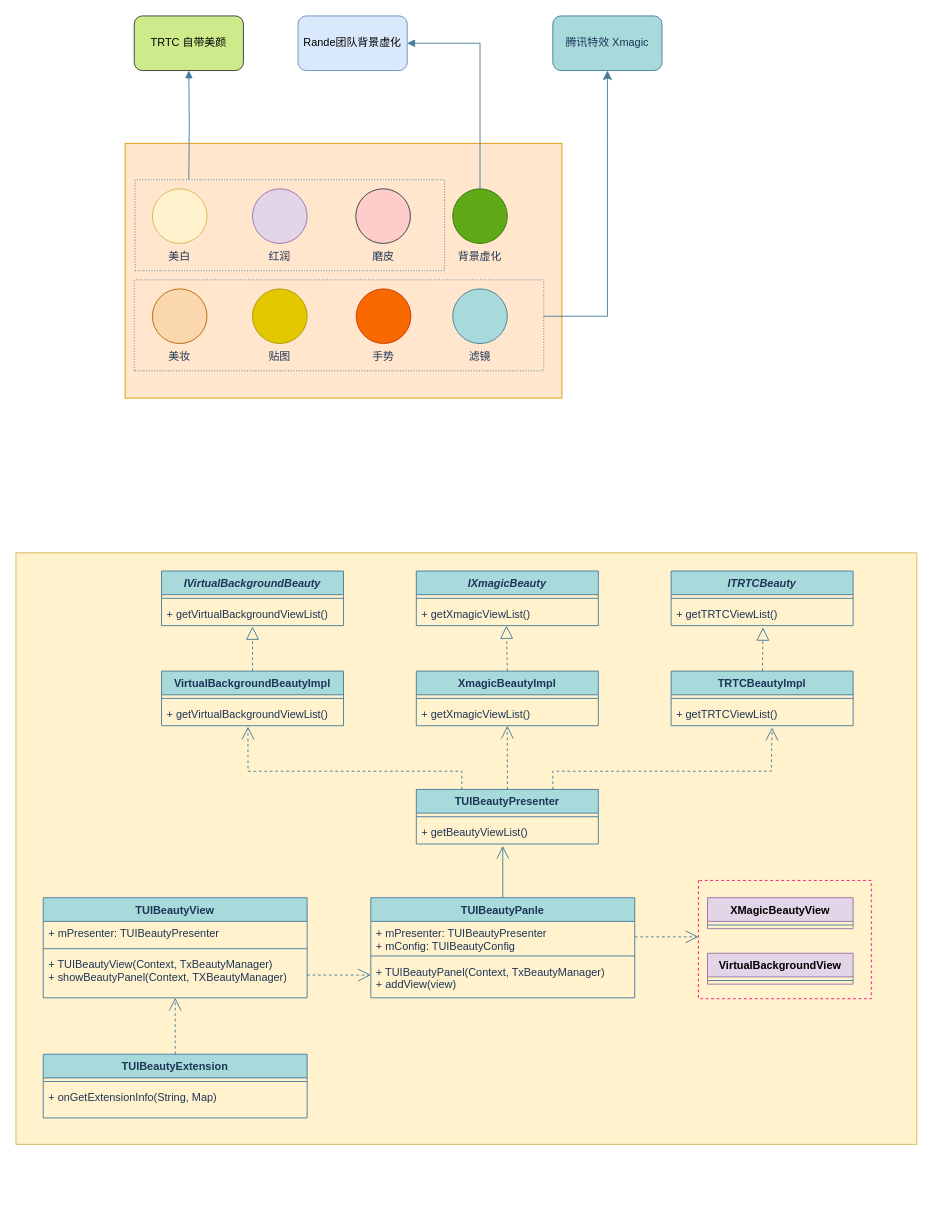
paopaosecret/resources keeps this draw.io diagram as diagrams/TUIBeauty.drawio. Above is the earlier version. Source tidied: cells renumbered, new cells numbered last; positions are measured from the earlier drawing's top-left corner, leaving out a move shared by most shapes. Both pictures are drawn from the tidied source at 91%, with x=0, y=0 at pixel (15, 15).
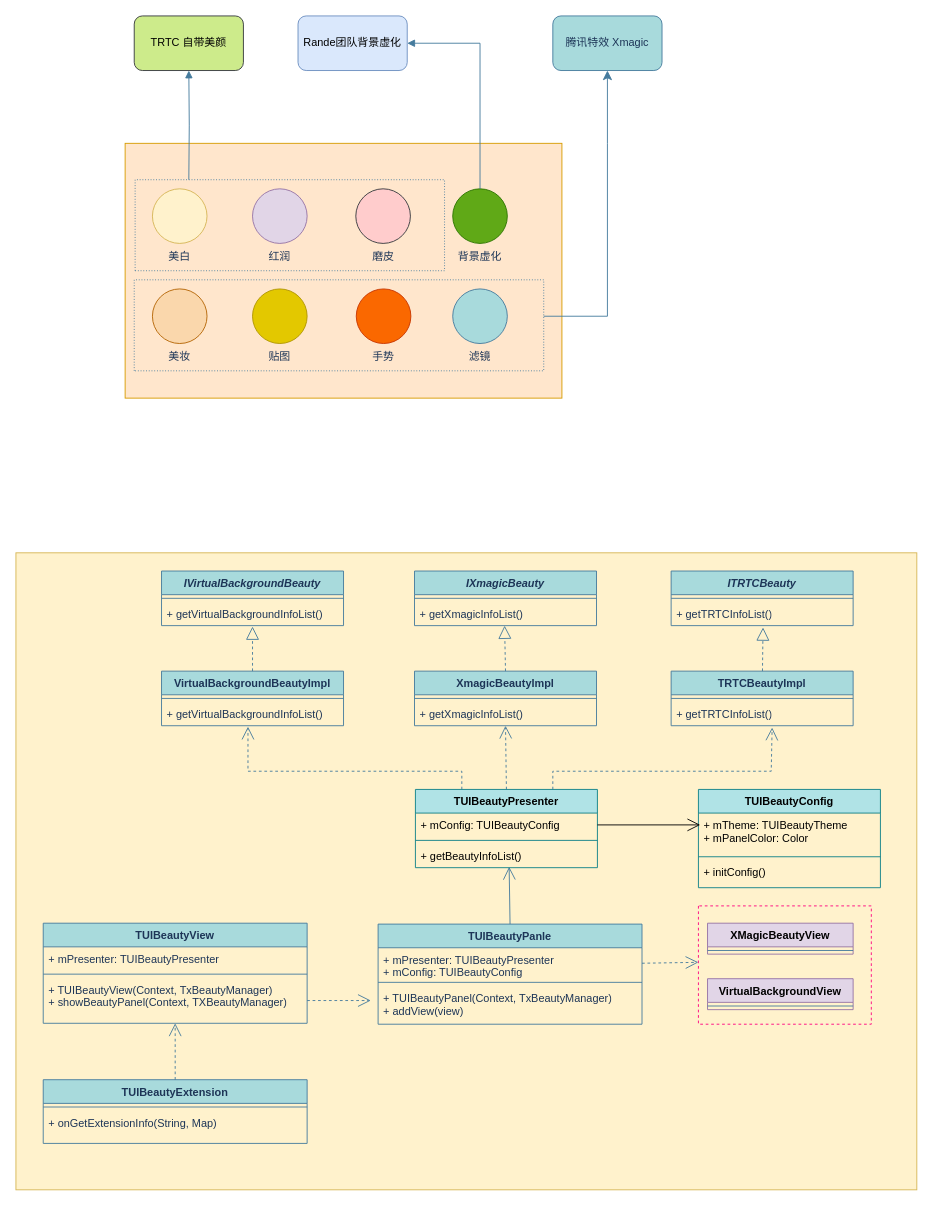
The same page after the edit.

Unchanged cells that the change refers to:
```xml
<mxCell id="30" value="&lt;i&gt;IVirtualBackgroundBeauty&lt;/i&gt;" style="swimlane;fontStyle=1;align=center;verticalAlign=top;horizontal=1;startSize=26;whiteSpace=wrap;html=1;labelBackgroundColor=none;fillColor=#A8DADC;strokeColor=#457B9D;fontColor=#1D3557;" parent="1" vertex="1">
  <mxGeometry x="160" y="610" width="200" height="60" as="geometry" />
</mxCell>
<mxCell id="36" value="&lt;i&gt;ITRTCBeauty&lt;/i&gt;" style="swimlane;fontStyle=1;align=center;verticalAlign=top;horizontal=1;startSize=26;whiteSpace=wrap;html=1;labelBackgroundColor=none;fillColor=#A8DADC;strokeColor=#457B9D;fontColor=#1D3557;" parent="1" vertex="1">
  <mxGeometry x="720" y="610" width="200" height="60" as="geometry" />
</mxCell>
<mxCell id="39" value="VirtualBackgroundBeautyImpl" style="swimlane;fontStyle=1;align=center;verticalAlign=top;horizontal=1;startSize=26;whiteSpace=wrap;html=1;labelBackgroundColor=none;fillColor=#A8DADC;strokeColor=#457B9D;fontColor=#1D3557;" parent="1" vertex="1">
  <mxGeometry x="160" y="720" width="200" height="60" as="geometry" />
</mxCell>
<mxCell id="45" value="TRTCBeautyImpl" style="swimlane;fontStyle=1;align=center;verticalAlign=top;horizontal=1;startSize=26;whiteSpace=wrap;html=1;labelBackgroundColor=none;fillColor=#A8DADC;strokeColor=#457B9D;fontColor=#1D3557;" parent="1" vertex="1">
  <mxGeometry x="720" y="720" width="200" height="60" as="geometry" />
</mxCell>
<mxCell id="60" value="+ TUIBeautyView(Context, TxBeautyManager)&lt;br&gt;+ showBeautyPanel(Context, TXBeautyManager)" style="text;strokeColor=none;fillColor=none;align=left;verticalAlign=top;spacingLeft=4;spacingRight=4;overflow=hidden;points=[[0,0.5],[1,0.5]];portConstraint=eastwest;whiteSpace=wrap;html=1;labelBackgroundColor=none;fontColor=#1D3557;" parent="57" vertex="1">
  <mxGeometry y="60" width="290" height="50" as="geometry" />
</mxCell>
<mxCell id="66" value="+ mPresenter: TUIBeautyPresenter&lt;br&gt;+ mConfig: TUIBeautyConfig" style="text;strokeColor=none;fillColor=none;align=left;verticalAlign=top;spacingLeft=4;spacingRight=4;overflow=hidden;points=[[0,0.5],[1,0.5]];portConstraint=eastwest;whiteSpace=wrap;html=1;labelBackgroundColor=none;fontColor=#1D3557;" parent="65" vertex="1">
  <mxGeometry y="26" width="290" height="34" as="geometry" />
</mxCell>
```

Diff of the diagram source:
```diff
@@
     <mxCell id="2" style="rounded=0;whiteSpace=wrap;html=1;fillColor=#fff2cc;strokeColor=#d6b656;labelBackgroundColor=none;" parent="1" vertex="1">
-      <mxGeometry y="590" width="990" height="650" as="geometry" />
+      <mxGeometry y="590" width="990" height="700" as="geometry" />
     </mxCell>
@@
-    <mxCell id="32" value="+ getVirtualBackgroundViewList()" style="text;strokeColor=none;fillColor=none;align=left;verticalAlign=top;spacingLeft=4;spacingRight=4;overflow=hidden;points=[[0,0.5],[1,0.5]];portConstraint=eastwest;whiteSpace=wrap;html=1;labelBackgroundColor=none;fontColor=#1D3557;" parent="30" vertex="1">
+    <mxCell id="32" value="+ getVirtualBackgroundInfoList()" style="text;strokeColor=none;fillColor=none;align=left;verticalAlign=top;spacingLeft=4;spacingRight=4;overflow=hidden;points=[[0,0.5],[1,0.5]];portConstraint=eastwest;whiteSpace=wrap;html=1;labelBackgroundColor=none;fontColor=#1D3557;" parent="30" vertex="1">
       <mxGeometry y="34" width="200" height="26" as="geometry" />
     </mxCell>
     <mxCell id="33" value="&lt;i&gt;IXmagicBeauty&lt;/i&gt;" style="swimlane;fontStyle=1;align=center;verticalAlign=top;horizontal=1;startSize=26;whiteSpace=wrap;html=1;labelBackgroundColor=none;fillColor=#A8DADC;strokeColor=#457B9D;fontColor=#1D3557;" parent="1" vertex="1">
-      <mxGeometry x="440" y="610" width="200" height="60" as="geometry" />
+      <mxGeometry x="438" y="610" width="200" height="60" as="geometry" />
     </mxCell>
@@
-    <mxCell id="35" value="+ getXmagicViewList()" style="text;strokeColor=none;fillColor=none;align=left;verticalAlign=top;spacingLeft=4;spacingRight=4;overflow=hidden;points=[[0,0.5],[1,0.5]];portConstraint=eastwest;whiteSpace=wrap;html=1;labelBackgroundColor=none;fontColor=#1D3557;" parent="33" vertex="1">
+    <mxCell id="35" value="+ getXmagicInfoList()" style="text;strokeColor=none;fillColor=none;align=left;verticalAlign=top;spacingLeft=4;spacingRight=4;overflow=hidden;points=[[0,0.5],[1,0.5]];portConstraint=eastwest;whiteSpace=wrap;html=1;labelBackgroundColor=none;fontColor=#1D3557;" parent="33" vertex="1">
       <mxGeometry y="34" width="200" height="26" as="geometry" />
     </mxCell>
@@
-    <mxCell id="38" value="+ getTRTCViewList()" style="text;strokeColor=none;fillColor=none;align=left;verticalAlign=top;spacingLeft=4;spacingRight=4;overflow=hidden;points=[[0,0.5],[1,0.5]];portConstraint=eastwest;whiteSpace=wrap;html=1;labelBackgroundColor=none;fontColor=#1D3557;" parent="36" vertex="1">
+    <mxCell id="38" value="+ getTRTCInfoList()" style="text;strokeColor=none;fillColor=none;align=left;verticalAlign=top;spacingLeft=4;spacingRight=4;overflow=hidden;points=[[0,0.5],[1,0.5]];portConstraint=eastwest;whiteSpace=wrap;html=1;labelBackgroundColor=none;fontColor=#1D3557;" parent="36" vertex="1">
       <mxGeometry y="34" width="200" height="26" as="geometry" />
     </mxCell>
@@
-    <mxCell id="41" value="+ getVirtualBackgroundViewList()" style="text;strokeColor=none;fillColor=none;align=left;verticalAlign=top;spacingLeft=4;spacingRight=4;overflow=hidden;points=[[0,0.5],[1,0.5]];portConstraint=eastwest;whiteSpace=wrap;html=1;labelBackgroundColor=none;fontColor=#1D3557;" parent="39" vertex="1">
+    <mxCell id="41" value="+ getVirtualBackgroundInfoList()" style="text;strokeColor=none;fillColor=none;align=left;verticalAlign=top;spacingLeft=4;spacingRight=4;overflow=hidden;points=[[0,0.5],[1,0.5]];portConstraint=eastwest;whiteSpace=wrap;html=1;labelBackgroundColor=none;fontColor=#1D3557;" parent="39" vertex="1">
       <mxGeometry y="34" width="200" height="26" as="geometry" />
     </mxCell>
     <mxCell id="42" value="XmagicBeautyImpl" style="swimlane;fontStyle=1;align=center;verticalAlign=top;horizontal=1;startSize=26;whiteSpace=wrap;html=1;labelBackgroundColor=none;fillColor=#A8DADC;strokeColor=#457B9D;fontColor=#1D3557;" parent="1" vertex="1">
-      <mxGeometry x="440" y="720" width="200" height="60" as="geometry" />
+      <mxGeometry x="438" y="720" width="200" height="60" as="geometry" />
     </mxCell>
@@
-    <mxCell id="44" value="+ getXmagicViewList()" style="text;strokeColor=none;fillColor=none;align=left;verticalAlign=top;spacingLeft=4;spacingRight=4;overflow=hidden;points=[[0,0.5],[1,0.5]];portConstraint=eastwest;whiteSpace=wrap;html=1;labelBackgroundColor=none;fontColor=#1D3557;" parent="42" vertex="1">
+    <mxCell id="44" value="+ getXmagicInfoList()" style="text;strokeColor=none;fillColor=none;align=left;verticalAlign=top;spacingLeft=4;spacingRight=4;overflow=hidden;points=[[0,0.5],[1,0.5]];portConstraint=eastwest;whiteSpace=wrap;html=1;labelBackgroundColor=none;fontColor=#1D3557;" parent="42" vertex="1">
       <mxGeometry y="34" width="200" height="26" as="geometry" />
     </mxCell>
@@
-    <mxCell id="47" value="+ getTRTCViewList()" style="text;strokeColor=none;fillColor=none;align=left;verticalAlign=top;spacingLeft=4;spacingRight=4;overflow=hidden;points=[[0,0.5],[1,0.5]];portConstraint=eastwest;whiteSpace=wrap;html=1;labelBackgroundColor=none;fontColor=#1D3557;" parent="45" vertex="1">
+    <mxCell id="47" value="+ getTRTCInfoList()" style="text;strokeColor=none;fillColor=none;align=left;verticalAlign=top;spacingLeft=4;spacingRight=4;overflow=hidden;points=[[0,0.5],[1,0.5]];portConstraint=eastwest;whiteSpace=wrap;html=1;labelBackgroundColor=none;fontColor=#1D3557;" parent="45" vertex="1">
       <mxGeometry y="34" width="200" height="26" as="geometry" />
     </mxCell>
@@
-    <mxCell id="51" value="TUIBeautyPresenter" style="swimlane;fontStyle=1;align=center;verticalAlign=top;horizontal=1;startSize=26;whiteSpace=wrap;html=1;labelBackgroundColor=none;fillColor=#A8DADC;strokeColor=#457B9D;fontColor=#1D3557;" parent="1" vertex="1">
-      <mxGeometry x="440" y="850" width="200" height="60" as="geometry" />
-    </mxCell>
-    <mxCell id="52" style="line;strokeWidth=1;fillColor=none;align=left;verticalAlign=middle;spacingTop=-1;spacingLeft=3;spacingRight=3;labelPosition=right;strokeColor=#457B9D;labelBackgroundColor=none;fontColor=#1D3557;" parent="51" vertex="1">
-      <mxGeometry y="26" width="200" height="8" as="geometry" />
-    </mxCell>
-    <mxCell id="53" value="+ getBeautyViewList()" style="text;strokeColor=none;fillColor=none;align=left;verticalAlign=top;spacingLeft=4;spacingRight=4;overflow=hidden;points=[[0,0.5],[1,0.5]];portConstraint=eastwest;whiteSpace=wrap;html=1;labelBackgroundColor=none;fontColor=#1D3557;" parent="51" vertex="1">
-      <mxGeometry y="34" width="200" height="26" as="geometry" />
-    </mxCell>
-    <mxCell id="54" style="endArrow=open;endSize=12;dashed=1;html=1;rounded=0;exitX=0.5;exitY=0;exitDx=0;exitDy=0;labelBackgroundColor=none;strokeColor=#457B9D;fontColor=default;" parent="1" edge="1" source="51" target="44">
-      <mxGeometry relative="1" as="geometry" />
+    <mxCell id="54" style="endArrow=open;endSize=12;dashed=1;html=1;rounded=0;exitX=0.5;exitY=0;exitDx=0;exitDy=0;labelBackgroundColor=none;strokeColor=#457B9D;fontColor=default;" parent="1" edge="1" source="51">
+      <mxGeometry relative="1" as="geometry">
+        <mxPoint x="538" y="780" as="targetPoint" />
+      </mxGeometry>
     </mxCell>
-    <mxCell id="55" style="endArrow=open;endSize=12;dashed=1;html=1;rounded=0;exitX=0.25;exitY=0;exitDx=0;exitDy=0;entryX=0.475;entryY=1.038;entryDx=0;entryDy=0;entryPerimeter=0;labelBackgroundColor=none;strokeColor=#457B9D;fontColor=default;" parent="1" edge="1" source="51" target="41">
+    <mxCell id="55" style="endArrow=open;endSize=12;dashed=1;html=1;rounded=0;exitX=0.25;exitY=0;exitDx=0;exitDy=0;entryX=0.475;entryY=1.038;entryDx=0;entryDy=0;entryPerimeter=0;labelBackgroundColor=none;strokeColor=#457B9D;fontColor=default;" parent="1" edge="1" target="41">
       <mxGeometry relative="1" as="geometry">
+        <mxPoint x="490" y="850" as="sourcePoint" />
         <Array as="points">
           <mxPoint x="490" y="830" />
           <mxPoint x="255" y="830" />
         </Array>
       </mxGeometry>
     </mxCell>
-    <mxCell id="56" style="endArrow=open;endSize=12;dashed=1;html=1;rounded=0;exitX=0.75;exitY=0;exitDx=0;exitDy=0;entryX=0.555;entryY=1.077;entryDx=0;entryDy=0;entryPerimeter=0;labelBackgroundColor=none;strokeColor=#457B9D;fontColor=default;" parent="1" edge="1" source="51" target="47">
+    <mxCell id="56" style="endArrow=open;endSize=12;dashed=1;html=1;rounded=0;exitX=0.75;exitY=0;exitDx=0;exitDy=0;entryX=0.555;entryY=1.077;entryDx=0;entryDy=0;entryPerimeter=0;labelBackgroundColor=none;strokeColor=#457B9D;fontColor=default;" parent="1" edge="1" target="47">
       <mxGeometry relative="1" as="geometry">
+        <mxPoint x="590" y="850" as="sourcePoint" />
         <Array as="points">
           <mxPoint x="590" y="830" />
           <mxPoint x="830" y="830" />
         </Array>
       </mxGeometry>
     </mxCell>
     <mxCell id="57" value="TUIBeautyView" style="swimlane;fontStyle=1;align=center;verticalAlign=top;horizontal=1;startSize=26;whiteSpace=wrap;html=1;labelBackgroundColor=none;fillColor=#A8DADC;strokeColor=#457B9D;fontColor=#1D3557;" parent="1" vertex="1">
-      <mxGeometry x="30" y="969" width="290" height="110" as="geometry" />
+      <mxGeometry x="30" y="997" width="290" height="110" as="geometry" />
     </mxCell>
@@
     <mxCell id="61" value="TUIBeautyExtension" style="swimlane;fontStyle=1;align=center;verticalAlign=top;horizontal=1;startSize=26;whiteSpace=wrap;html=1;labelBackgroundColor=none;fillColor=#A8DADC;strokeColor=#457B9D;fontColor=#1D3557;" parent="1" vertex="1">
-      <mxGeometry x="30" y="1141" width="290" height="70" as="geometry" />
+      <mxGeometry x="30" y="1169" width="290" height="70" as="geometry" />
     </mxCell>
@@
     <mxCell id="65" value="TUIBeautyPanle" style="swimlane;fontStyle=1;align=center;verticalAlign=top;horizontal=1;startSize=26;whiteSpace=wrap;html=1;labelBackgroundColor=none;fillColor=#A8DADC;strokeColor=#457B9D;fontColor=#1D3557;" parent="1" vertex="1">
-      <mxGeometry x="390" y="969" width="290" height="110" as="geometry" />
+      <mxGeometry x="398" y="998" width="290" height="110" as="geometry" />
     </mxCell>
@@
-    <mxCell id="69" style="endArrow=open;endFill=1;endSize=12;html=1;rounded=0;exitX=0.5;exitY=0;exitDx=0;exitDy=0;entryX=0.475;entryY=1.077;entryDx=0;entryDy=0;entryPerimeter=0;labelBackgroundColor=none;strokeColor=#457B9D;fontColor=default;" parent="1" edge="1" source="65" target="53">
+    <mxCell id="69" style="endArrow=open;endFill=1;endSize=12;html=1;rounded=0;exitX=0.5;exitY=0;exitDx=0;exitDy=0;labelBackgroundColor=none;strokeColor=#457B9D;fontColor=default;entryX=0.515;entryY=0.962;entryDx=0;entryDy=0;entryPerimeter=0;" parent="1" edge="1" source="65" target="79">
       <mxGeometry relative="1" as="geometry" />
     </mxCell>
     <mxCell id="70" style="endArrow=open;endSize=12;dashed=1;html=1;rounded=0;exitX=1;exitY=0.5;exitDx=0;exitDy=0;labelBackgroundColor=none;strokeColor=#457B9D;fontColor=default;" parent="1" edge="1" source="60">
       <mxGeometry relative="1" as="geometry">
-        <mxPoint x="390" y="1054" as="targetPoint" />
+        <mxPoint x="390" y="1082" as="targetPoint" />
       </mxGeometry>
     </mxCell>
     <mxCell id="71" value="XMagicBeautyView" style="swimlane;fontStyle=1;align=center;verticalAlign=top;horizontal=1;startSize=26;whiteSpace=wrap;html=1;labelBackgroundColor=none;fillColor=#e1d5e7;strokeColor=#9673a6;" parent="1" vertex="1">
-      <mxGeometry x="760" y="969" width="160" height="34" as="geometry" />
+      <mxGeometry x="760" y="997" width="160" height="34" as="geometry" />
     </mxCell>
@@
     <mxCell id="73" value="VirtualBackgroundView" style="swimlane;fontStyle=1;align=center;verticalAlign=top;horizontal=1;startSize=26;whiteSpace=wrap;html=1;labelBackgroundColor=none;fillColor=#e1d5e7;strokeColor=#9673a6;" parent="1" vertex="1">
-      <mxGeometry x="760" y="1030" width="160" height="34" as="geometry" />
+      <mxGeometry x="760" y="1058" width="160" height="34" as="geometry" />
     </mxCell>
@@
     <mxCell id="75" style="endArrow=none;dashed=1;html=1;rounded=0;strokeColor=#FF0080;fontColor=#1D3557;fillColor=#A8DADC;" parent="1" edge="1">
       <mxGeometry relative="1" as="geometry">
-        <mxPoint x="750" y="950" as="sourcePoint" />
-        <mxPoint x="750" y="950" as="targetPoint" />
+        <mxPoint x="750" y="978" as="sourcePoint" />
+        <mxPoint x="750" y="978" as="targetPoint" />
         <Array as="points">
-          <mxPoint x="750" y="1010" />
-          <mxPoint x="750" y="1080" />
-          <mxPoint x="940" y="1080" />
-          <mxPoint x="940" y="950" />
+          <mxPoint x="750" y="1038" />
+          <mxPoint x="750" y="1108" />
+          <mxPoint x="940" y="1108" />
+          <mxPoint x="940" y="978" />
         </Array>
       </mxGeometry>
     </mxCell>
     <mxCell id="76" style="endArrow=open;endSize=12;dashed=1;html=1;rounded=0;exitX=1;exitY=0.5;exitDx=0;exitDy=0;labelBackgroundColor=none;strokeColor=#457B9D;fontColor=default;" parent="1" edge="1" source="66">
       <mxGeometry relative="1" as="geometry">
-        <mxPoint x="750" y="1012" as="targetPoint" />
+        <mxPoint x="750" y="1040" as="targetPoint" />
       </mxGeometry>
     </mxCell>
+    <mxCell id="51" value="TUIBeautyPresenter" style="swimlane;fontStyle=1;align=center;verticalAlign=top;horizontal=1;startSize=26;whiteSpace=wrap;html=1;fillColor=#b0e3e6;strokeColor=#0e8088;" parent="1" vertex="1">
+      <mxGeometry x="439" y="850" width="200" height="86" as="geometry" />
+    </mxCell>
+    <mxCell id="77" value="+ mConfig: TUIBeautyConfig" style="text;strokeColor=none;fillColor=none;align=left;verticalAlign=top;spacingLeft=4;spacingRight=4;overflow=hidden;points=[[0,0.5],[1,0.5]];portConstraint=eastwest;whiteSpace=wrap;html=1;" parent="51" vertex="1">
+      <mxGeometry y="26" width="200" height="26" as="geometry" />
+    </mxCell>
+    <mxCell id="78" style="line;strokeWidth=1;fillColor=none;align=left;verticalAlign=middle;spacingTop=-1;spacingLeft=3;spacingRight=3;labelPosition=right;strokeColor=inherit;" parent="51" vertex="1">
+      <mxGeometry y="52" width="200" height="8" as="geometry" />
+    </mxCell>
+    <mxCell id="79" value="+ getBeautyInfoList()" style="text;strokeColor=none;fillColor=none;align=left;verticalAlign=top;spacingLeft=4;spacingRight=4;overflow=hidden;points=[[0,0.5],[1,0.5]];portConstraint=eastwest;whiteSpace=wrap;html=1;" parent="51" vertex="1">
+      <mxGeometry y="60" width="200" height="26" as="geometry" />
+    </mxCell>
+    <mxCell id="80" value="TUIBeautyConfig" style="swimlane;fontStyle=1;align=center;verticalAlign=top;horizontal=1;startSize=26;whiteSpace=wrap;html=1;fillColor=#b0e3e6;strokeColor=#0e8088;" parent="1" vertex="1">
+      <mxGeometry x="750" y="850" width="200" height="108" as="geometry" />
+    </mxCell>
+    <mxCell id="81" value="+ mTheme: TUIBeautyTheme&lt;br&gt;+ mPanelColor: Color" style="text;strokeColor=none;fillColor=none;align=left;verticalAlign=top;spacingLeft=4;spacingRight=4;overflow=hidden;points=[[0,0.5],[1,0.5]];portConstraint=eastwest;whiteSpace=wrap;html=1;" parent="80" vertex="1">
+      <mxGeometry y="26" width="200" height="44" as="geometry" />
+    </mxCell>
+    <mxCell id="82" style="line;strokeWidth=1;fillColor=none;align=left;verticalAlign=middle;spacingTop=-1;spacingLeft=3;spacingRight=3;labelPosition=right;strokeColor=inherit;" parent="80" vertex="1">
+      <mxGeometry y="70" width="200" height="8" as="geometry" />
+    </mxCell>
+    <mxCell id="83" value="+ initConfig()" style="text;strokeColor=none;fillColor=none;align=left;verticalAlign=top;spacingLeft=4;spacingRight=4;overflow=hidden;whiteSpace=wrap;html=1;" parent="80" vertex="1">
+      <mxGeometry y="78" width="200" height="30" as="geometry" />
+    </mxCell>
+    <mxCell id="84" style="endArrow=open;endFill=1;endSize=12;html=1;rounded=0;exitX=1;exitY=0.5;exitDx=0;exitDy=0;entryX=0.01;entryY=0.295;entryDx=0;entryDy=0;entryPerimeter=0;" parent="1" edge="1" source="77" target="81">
+      <mxGeometry relative="1" as="geometry" />
+    </mxCell>
```
